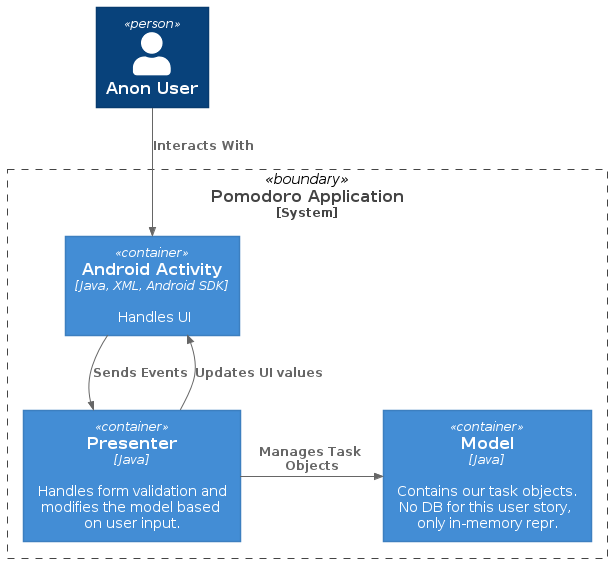
carbonXIII/PomodoroApp keeps this PlantUML diagram as artifacts/images/001-container-diagram.png. Above is the earlier version. The source it was exported from:
```plantuml
@startuml
!include https://raw.githubusercontent.com/plantuml-stdlib/C4-PlantUML/master/C4_Container.puml

Person(user, "Anon User")
System_Boundary(c1, "Pomodoro Application") {
        Container(model, "Model", "Java", "Contains our task objects. No DB for this user story, only in-memory repr.")
        Container(presenter, "Presenter", "Java", "Handles form validation and modifies the model based on user input.")
        Container(view, "Android Activity", "Java, XML, Android SDK", "Handles UI")
}

Rel_D(user, view, "Interacts With")
Rel_R(view, presenter, "Sends Events")
Rel(presenter, view, "Updates UI values")
Rel_R(presenter, model, "Manages Task Objects")
@enduml
```
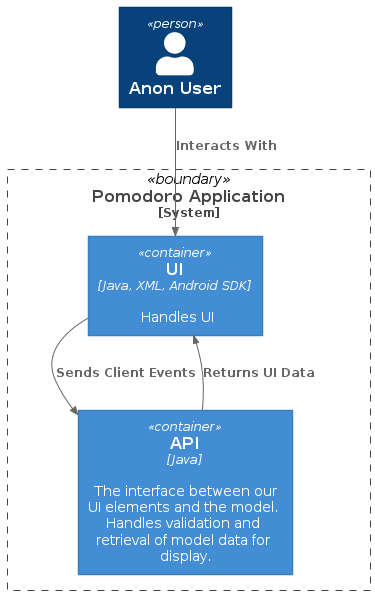
Later version of the same file.

Commit message:
Component diagram first pass.

The edit, as a diff of the source:
```diff
@@ -3,13 +3,11 @@
 
 Person(user, "Anon User")
 System_Boundary(c1, "Pomodoro Application") {
-        Container(model, "Model", "Java", "Contains our task objects. No DB for this user story, only in-memory repr.")
-        Container(presenter, "Presenter", "Java", "Handles form validation and modifies the model based on user input.")
-        Container(view, "Android Activity", "Java, XML, Android SDK", "Handles UI")
+        Container(view, "UI", "Java, XML, Android SDK", "Handles UI")
+        Container(api, "API", "Java", "The interface between our UI elements and the model. Handles validation and retrieval of model data for display.")
 }
 
-Rel_D(user, view, "Interacts With")
-Rel_R(view, presenter, "Sends Events")
-Rel(presenter, view, "Updates UI values")
-Rel_R(presenter, model, "Manages Task Objects")
+Rel(user, view, "Interacts With")
+Rel(view, api, "Sends Client Events")
+Rel(api, view, "Returns UI Data")
 @enduml
```
